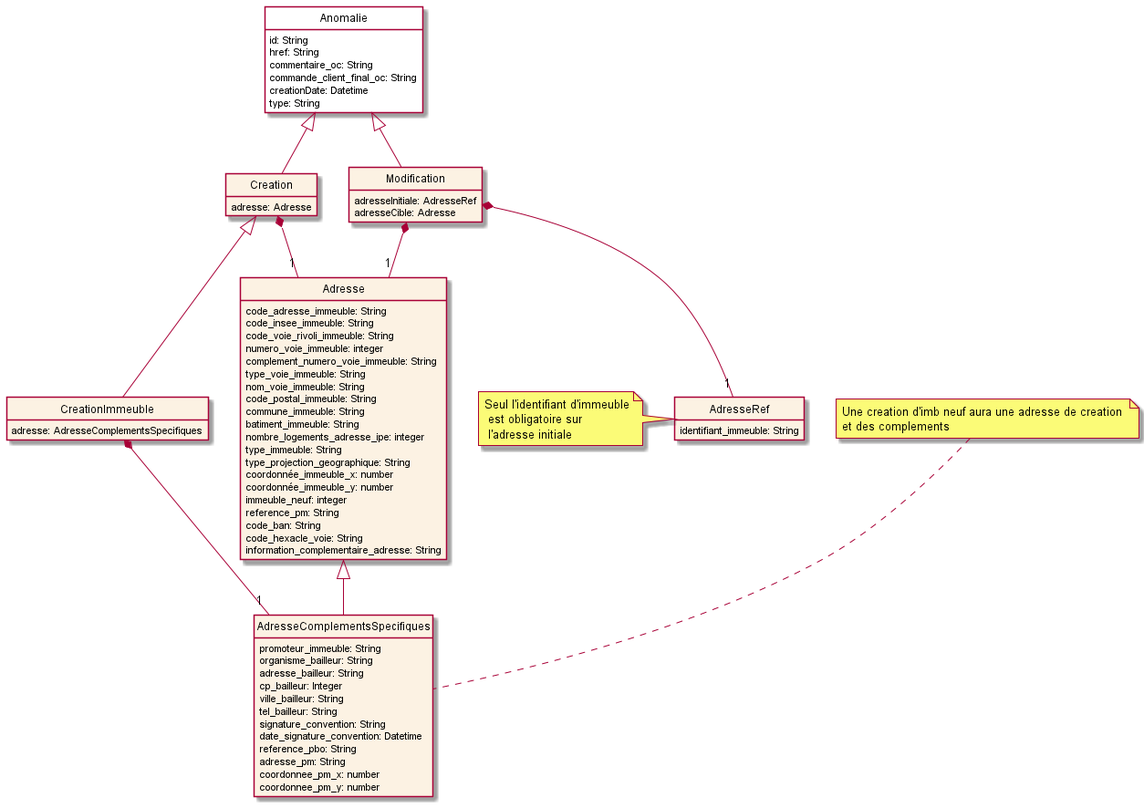
Earlier version of the PlantUML export image/model.png (before-interop/anomalieAdresse). Source of this version:
```plantuml
@startuml
hide circle
hide methods
hide stereotype
show <<Enumeration>> stereotype
skinparam class {
   BackgroundColor<<Enumeration>> #E6F5F7
   BackgroundColor<<Ref>> #FFFFE0
   BackgroundColor<<Pivot>> #FFFFFFF
   BackgroundColor #FCF2E3
}

class Anomalie <<Pivot>> {
    id: String
    href: String
    commentaire_oc: String
    commande_client_final_oc: String
    creationDate: Datetime
    type: String
}

class Creation {
    adresse: Adresse
}
Anomalie <|-- Creation

class Modification {
    adresseInitiale: AdresseRef
    adresseCible: Adresse
}
Anomalie <|-- Modification

class Adresse {
    code_adresse_immeuble: String
    code_insee_immeuble: String
    code_voie_rivoli_immeuble: String
    numero_voie_immeuble: integer
    complement_numero_voie_immeuble: String
    type_voie_immeuble: String
    nom_voie_immeuble: String
    code_postal_immeuble: String
    commune_immeuble: String
    batiment_immeuble: String
    nombre_logements_adresse_ipe: integer
    type_immeuble: String
    type_projection_geographique: String
    coordonnée_immeuble_x: number
    coordonnée_immeuble_y: number
    immeuble_neuf: integer
    reference_pm: String
    code_ban: String
    code_hexacle_voie: String
    information_complementaire_adresse: String
}

Adresse <|-- AdresseComplementsSpecifiques

class AdresseRef {
    identifiant_immeuble: String
}
note left: Seul l'identifiant d'immeuble\n est obligatoire sur \n l'adresse initiale


Creation *-- "1" Adresse

class CreationImmeuble {
adresse: AdresseComplementsSpecifiques
}
CreationImmeuble *-- "1" AdresseComplementsSpecifiques

note top: Une creation d'imb neuf aura une adresse de creation \net des complements
Creation <|-- CreationImmeuble

Modification *-- "1" Adresse
Modification *-- "1" AdresseRef

class AdresseComplementsSpecifiques {
    promoteur_immeuble: String
    organisme_bailleur: String
    adresse_bailleur: String
    cp_bailleur: Integer
    ville_bailleur: String
    tel_bailleur: String
    signature_convention: String
    date_signature_convention: Datetime
    reference_pbo: String
    adresse_pm: String
    coordonnee_pm_x: number
    coordonnee_pm_y: number
}

@enduml
```
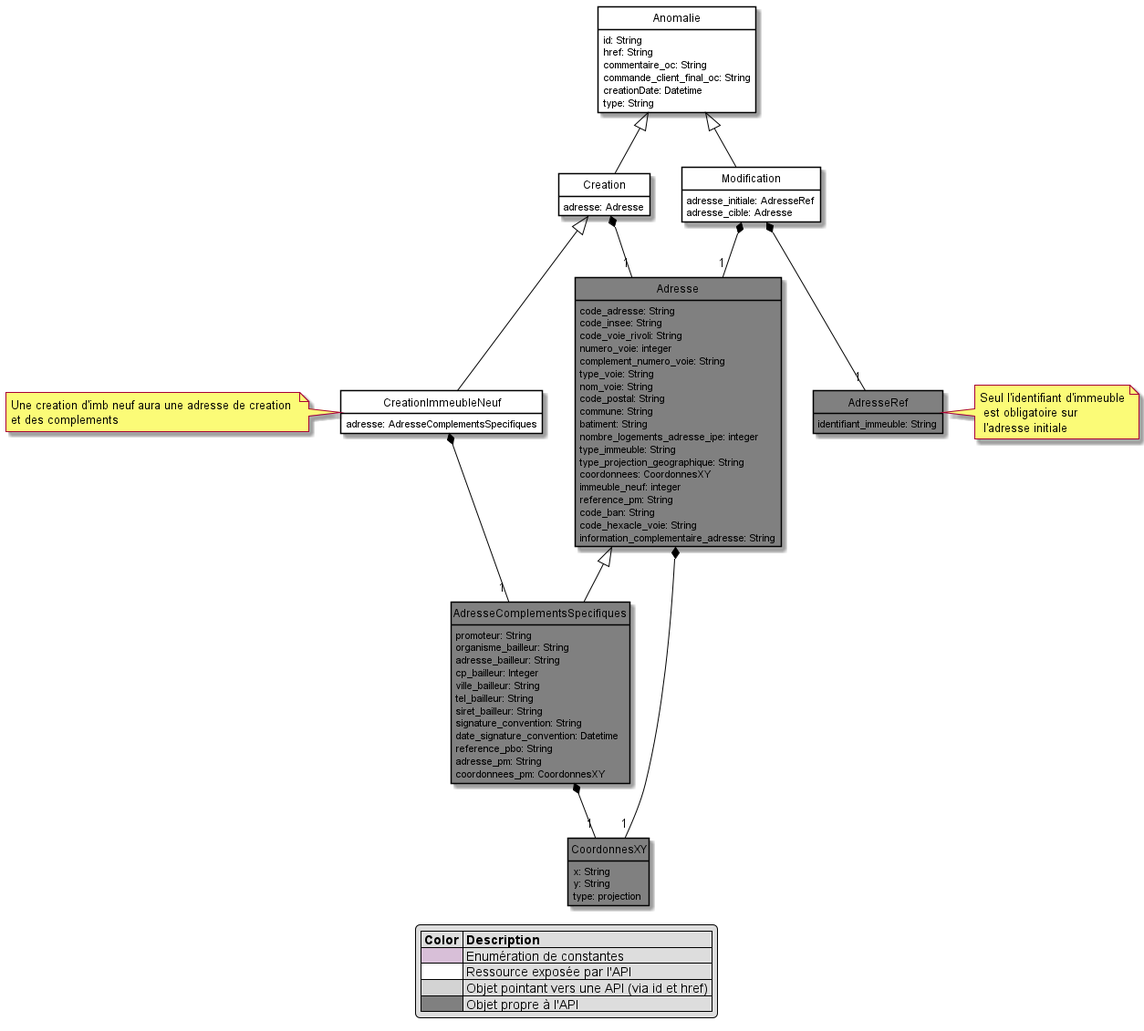
Above is the later version.

Diff of the diagram source:
```diff
@@ -4,10 +4,12 @@
 hide stereotype
 show <<Enumeration>> stereotype
 skinparam class {
-   BackgroundColor<<Enumeration>> #E6F5F7
-   BackgroundColor<<Ref>> #FFFFE0
+   BackgroundColor<<Enumeration>> #Thistle
+   BackgroundColor<<Ref>> #LightGrey
    BackgroundColor<<Pivot>> #FFFFFFF
-   BackgroundColor #FCF2E3
+   BackgroundColor #Grey
+   BorderColor #Black
+   ArrowColor #Black
 }
 
 class Anomalie <<Pivot>> {
@@ -19,74 +21,84 @@
     type: String
 }
 
-class Creation {
+class Creation <<Pivot>> {
     adresse: Adresse
 }
 Anomalie <|-- Creation
+Creation *-- "1" Adresse
 
-class Modification {
-    adresseInitiale: AdresseRef
-    adresseCible: Adresse
+class CreationImmeubleNeuf <<Pivot>> {
+    adresse: AdresseComplementsSpecifiques
+}
+note left:  Une creation d'imb neuf aura une adresse de creation \net des complements
+CreationImmeubleNeuf *-- "1" AdresseComplementsSpecifiques
+Creation <|-- CreationImmeubleNeuf
+
+class Modification <<Pivot>> {
+    adresse_initiale: AdresseRef
+    adresse_cible: Adresse
 }
 Anomalie <|-- Modification
+Modification *-- "1" Adresse
+Modification *-- "1" AdresseRef
 
 class Adresse {
-    code_adresse_immeuble: String
-    code_insee_immeuble: String
-    code_voie_rivoli_immeuble: String
-    numero_voie_immeuble: integer
-    complement_numero_voie_immeuble: String
-    type_voie_immeuble: String
-    nom_voie_immeuble: String
-    code_postal_immeuble: String
-    commune_immeuble: String
-    batiment_immeuble: String
+    code_adresse: String
+    code_insee: String
+    code_voie_rivoli: String
+    numero_voie: integer
+    complement_numero_voie: String
+    type_voie: String
+    nom_voie: String
+    code_postal: String
+    commune: String
+    batiment: String
     nombre_logements_adresse_ipe: integer
     type_immeuble: String
     type_projection_geographique: String
-    coordonnée_immeuble_x: number
-    coordonnée_immeuble_y: number
+    coordonnees: CoordonnesXY
     immeuble_neuf: integer
     reference_pm: String
     code_ban: String
     code_hexacle_voie: String
     information_complementaire_adresse: String
 }
-
-Adresse <|-- AdresseComplementsSpecifiques
+Adresse *--"1" CoordonnesXY
 
 class AdresseRef {
     identifiant_immeuble: String
 }
-note left: Seul l'identifiant d'immeuble\n est obligatoire sur \n l'adresse initiale
-
-
-Creation *-- "1" Adresse
-
-class CreationImmeuble {
-adresse: AdresseComplementsSpecifiques
-}
-CreationImmeuble *-- "1" AdresseComplementsSpecifiques
-
-note top: Une creation d'imb neuf aura une adresse de creation \net des complements
-Creation <|-- CreationImmeuble
-
-Modification *-- "1" Adresse
-Modification *-- "1" AdresseRef
+note right of AdresseRef: Seul l'identifiant d'immeuble\n est obligatoire sur \n l'adresse initiale
 
 class AdresseComplementsSpecifiques {
-    promoteur_immeuble: String
+    promoteur: String
     organisme_bailleur: String
     adresse_bailleur: String
     cp_bailleur: Integer
     ville_bailleur: String
     tel_bailleur: String
+    siret_bailleur: String
     signature_convention: String
     date_signature_convention: Datetime
     reference_pbo: String
     adresse_pm: String
-    coordonnee_pm_x: number
-    coordonnee_pm_y: number
+    coordonnees_pm: CoordonnesXY
+}
+Adresse <|-- AdresseComplementsSpecifiques
+AdresseComplementsSpecifiques *--"1" CoordonnesXY
+
+class CoordonnesXY {
+    x: String
+    y: String
+    type: projection
 }
 
+legend
+    |= Color |= Description |
+    |<#Thistle>| Enumération de constantes|
+    |<#FFFFFF>| Ressource exposée par l'API |
+    |<#LightGrey>| Objet pointant vers une API (via id et href) |
+    |<#Grey>| Objet propre à l'API  |
+endlegend
+
 @enduml
```
